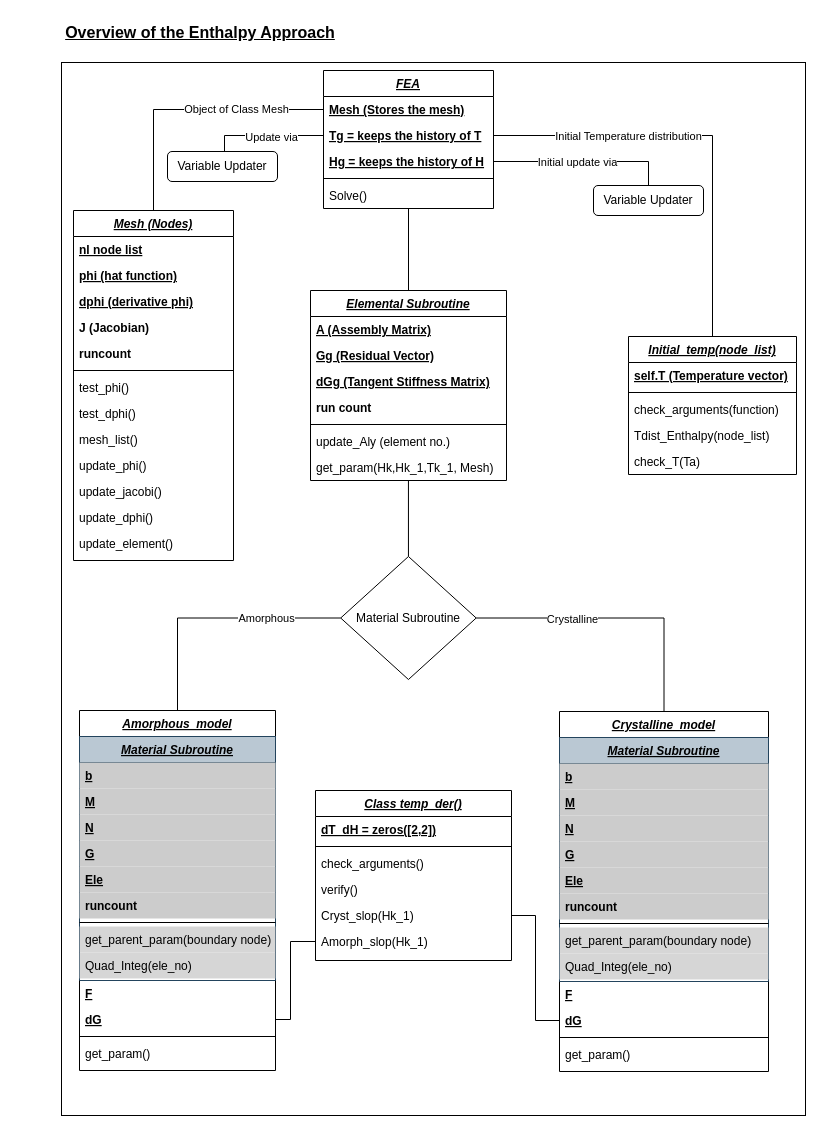
Before: Over_View.drawio in okolekar/PPP, a draw.io diagram. Source tidied: cells renumbered, new cells numbered last; positions are measured from the earlier drawing's top-left corner, leaving out a move shared by most shapes. Both pictures are drawn from the tidied source at 100%, with x=0, y=0 at pixel (17, 17).
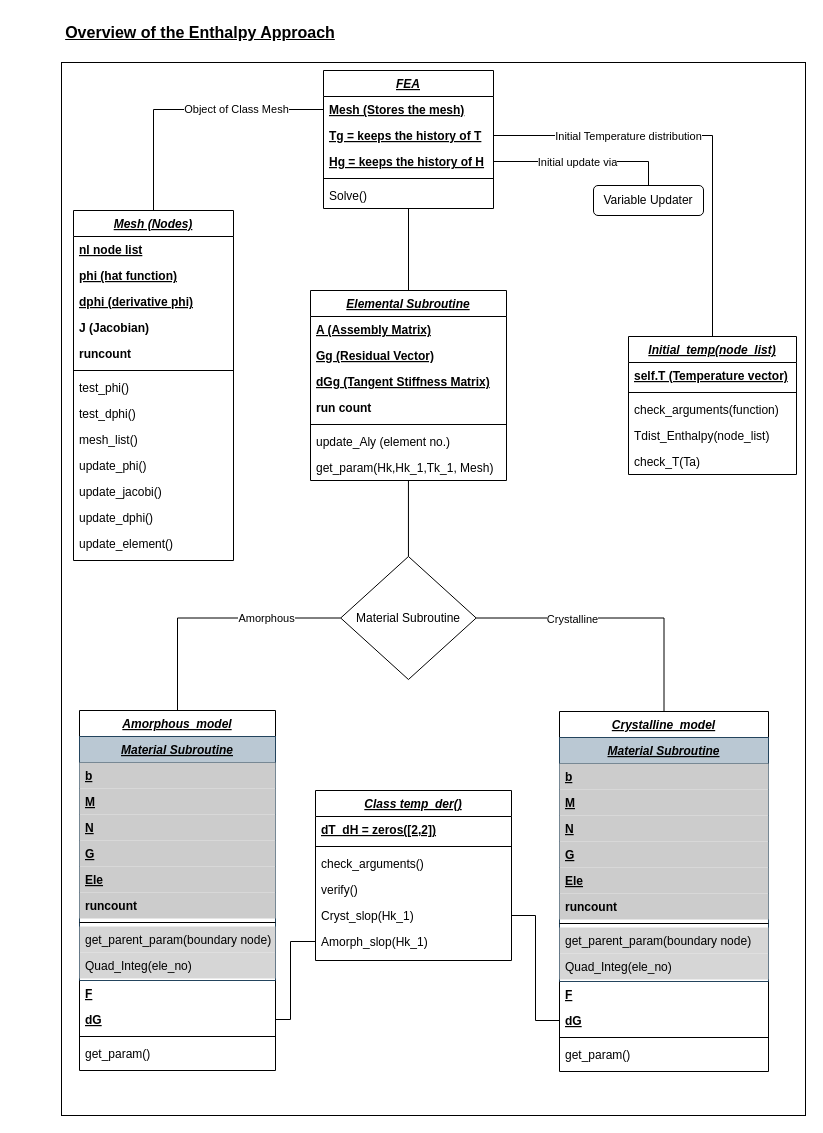
The same diagram, later.

Unchanged cells that the change refers to:
```xml
<mxCell id="52" value="Tg = keeps the history of T" style="text;align=left;verticalAlign=top;spacingLeft=4;spacingRight=4;overflow=hidden;points=[[0,0.5],[1,0.5]];portConstraint=eastwest;rounded=0;shadow=0;html=0;fontStyle=5;" parent="50" vertex="1">
  <mxGeometry y="52" width="170" height="26" as="geometry" />
</mxCell>
```

The edit, as a diff of the source:
```diff
@@
-    <mxCell id="88" value="Variable Updater" style="rounded=1;whiteSpace=wrap;html=1;" parent="1" vertex="1">
-      <mxGeometry x="150" y="134" width="110" height="30" as="geometry" />
-    </mxCell>
-    <mxCell id="89" style="edgeStyle=orthogonalEdgeStyle;rounded=0;jettySize=auto;html=1;exitX=0;exitY=0.5;exitDx=0;exitDy=0;endArrow=none;endFill=0;" parent="1" edge="1" source="52" target="88">
-      <mxGeometry relative="1" as="geometry">
-        <Array as="points">
-          <mxPoint x="207" y="118" />
-        </Array>
-      </mxGeometry>
-    </mxCell>
-    <mxCell id="90" value="Update via" style="edgeLabel;html=1;align=center;verticalAlign=middle;" parent="89" vertex="1">
-      <mxGeometry x="-0.07" y="1" relative="1" as="geometry" />
-    </mxCell>
```
